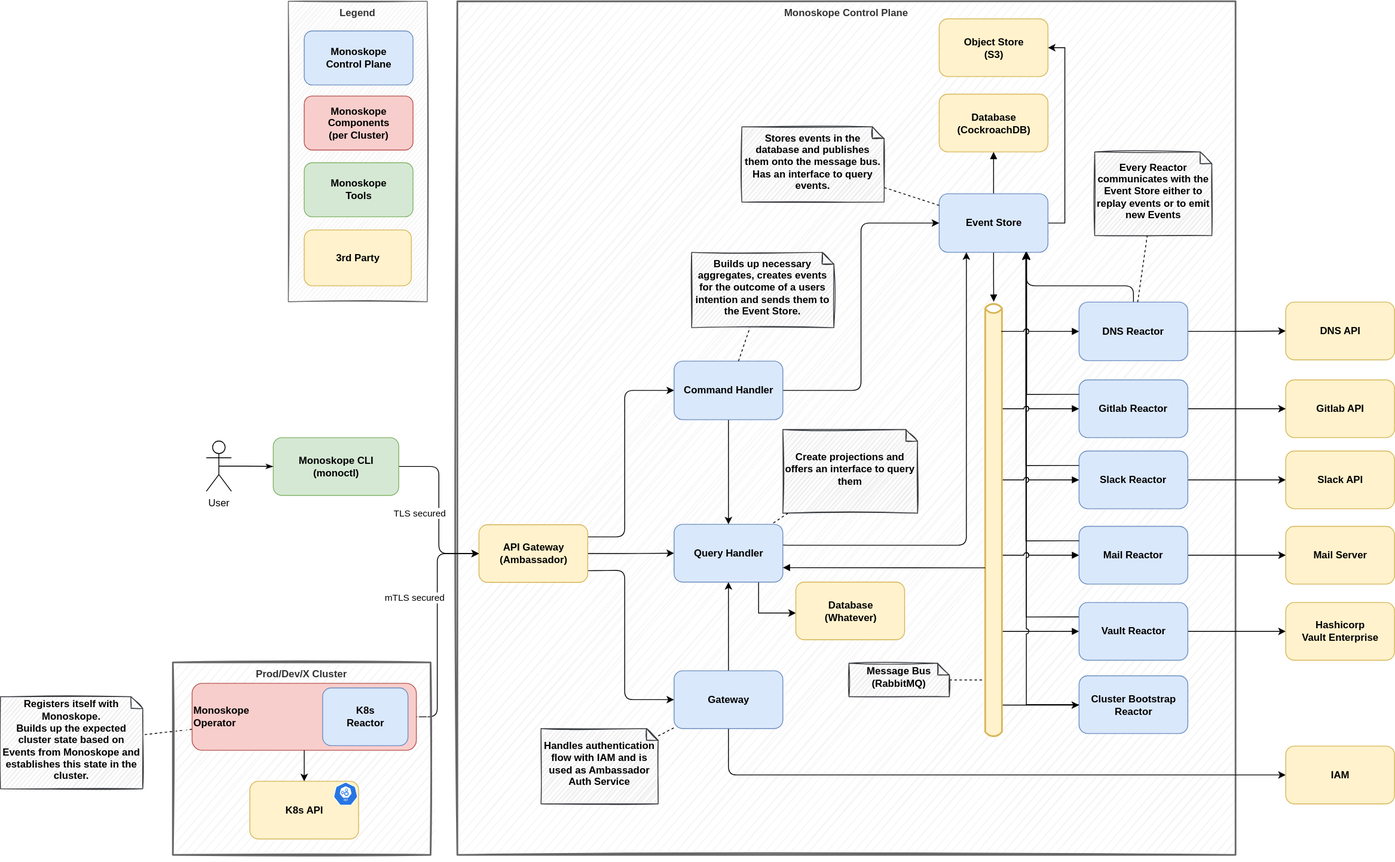
This is docs/diagrams/00-monoskope-architecture.drawio.svg from finleap-connect/monoskope, a draw.io export, as it was before one commit. Source tidied: cells renumbered, new cells last; positions are measured from the earlier drawing's top-left corner, leaving out a move shared by most shapes.
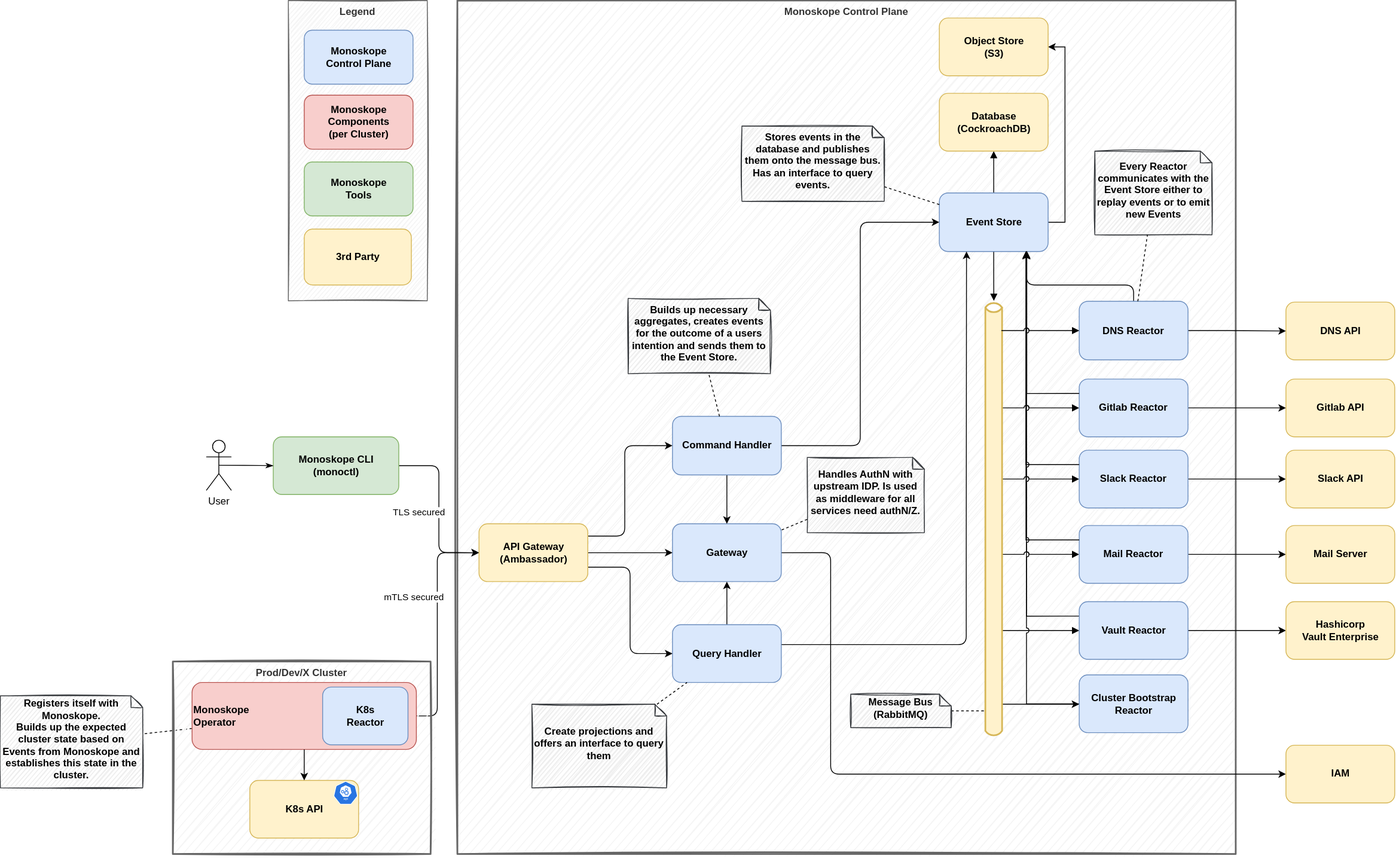
After the change.

Commit message:
Remove unused and add diagram

Change to the diagram source:
```diff
@@ -11,18 +11,16 @@
     <mxCell id="4" value="&lt;div&gt;Monoskope CLI&lt;/div&gt;&lt;div&gt;(monoctl)&lt;br&gt;&lt;/div&gt;" style="html=1;align=center;fillColor=#d5e8d4;strokeColor=#82b366;fontStyle=1;rounded=1;" parent="1" vertex="1">
       <mxGeometry x="326" y="521.4" width="150" height="69" as="geometry" />
     </mxCell>
-    <mxCell id="5" style="edgeStyle=orthogonalEdgeStyle;jettySize=auto;html=1;exitX=0.5;exitY=1;exitDx=0;exitDy=0;entryX=0;entryY=0.5;entryDx=0;entryDy=0;" parent="1" edge="1" source="7" target="30">
+    <mxCell id="5" style="edgeStyle=orthogonalEdgeStyle;jettySize=auto;html=1;exitX=1;exitY=0.5;exitDx=0;exitDy=0;entryX=0;entryY=0.5;entryDx=0;entryDy=0;" parent="1" edge="1" source="7" target="30">
       <mxGeometry relative="1" as="geometry">
         <Array as="points">
-          <mxPoint x="870" y="925" />
+          <mxPoint x="992" y="660" />
+          <mxPoint x="992" y="924" />
         </Array>
       </mxGeometry>
     </mxCell>
-    <mxCell id="6" style="edgeStyle=orthogonalEdgeStyle;rounded=0;jettySize=auto;html=1;entryX=0.5;entryY=1;entryDx=0;entryDy=0;" parent="1" edge="1" source="7" target="51">
-      <mxGeometry relative="1" as="geometry" />
-    </mxCell>
     <mxCell id="7" value="&lt;div&gt;Gateway&lt;/div&gt;" style="html=1;align=center;fillColor=#dae8fc;strokeColor=#6c8ebf;fontStyle=1;rounded=1;" parent="1" vertex="1">
-      <mxGeometry x="805" y="800" width="130" height="69" as="geometry" />
+      <mxGeometry x="803" y="625.4" width="130" height="69" as="geometry" />
     </mxCell>
     <mxCell id="8" style="edgeStyle=none;jettySize=auto;html=1;startArrow=none;startFill=0;endArrow=block;endFill=1;" parent="1" edge="1" source="12" target="52">
       <mxGeometry relative="1" as="geometry" />
@@ -94,7 +92,7 @@
       <mxGeometry relative="1" as="geometry" />
     </mxCell>
     <mxCell id="25" value="Message Bus&lt;br&gt;&lt;div&gt;(RabbitMQ)&lt;/div&gt;" style="shape=note;whiteSpace=wrap;html=1;size=14;verticalAlign=middle;align=center;spacingTop=-6;rounded=1;fillColor=#eeeeee;strokeColor=#36393d;fontStyle=1;sketch=1;" parent="1" vertex="1">
-      <mxGeometry x="1014" y="791" width="120" height="40" as="geometry" />
+      <mxGeometry x="1016" y="829" width="120" height="40" as="geometry" />
     </mxCell>
     <mxCell id="26" value="Gitlab API" style="html=1;align=center;fillColor=#fff2cc;strokeColor=#d6b656;fontStyle=1;rounded=1;" parent="1" vertex="1">
       <mxGeometry x="1536" y="452.4" width="130" height="69" as="geometry" />
@@ -147,13 +145,13 @@
       <mxGeometry x="926" y="611.7" width="521.7" height="16.5" as="geometry" />
     </mxCell>
     <mxCell id="41" value="DNS API" style="html=1;align=center;fillColor=#fff2cc;strokeColor=#d6b656;fontStyle=1;rounded=1;" parent="1" vertex="1">
-      <mxGeometry x="1536" y="359.5" width="130" height="69" as="geometry" />
+      <mxGeometry x="1536" y="360.5" width="130" height="69" as="geometry" />
     </mxCell>
     <mxCell id="42" style="edgeStyle=orthogonalEdgeStyle;jettySize=auto;html=1;entryX=0;entryY=0.5;entryDx=0;entryDy=0;startArrow=none;startFill=0;endArrow=classic;endFill=1;exitX=1;exitY=0.5;exitDx=0;exitDy=0;" parent="1" edge="1" source="46" target="41">
       <mxGeometry relative="1" as="geometry" />
     </mxCell>
-    <mxCell id="43" value="Handles authentication flow with IAM and is used as Ambassador Auth Service" style="shape=note;whiteSpace=wrap;html=1;size=14;verticalAlign=middle;align=center;spacingTop=-6;rounded=1;fontStyle=1;fillColor=#eeeeee;strokeColor=#36393d;sketch=1;" parent="1" vertex="1">
-      <mxGeometry x="646" y="869" width="140" height="90" as="geometry" />
+    <mxCell id="43" value="Handles AuthN with upstream IDP. Is used as middleware for all services need authN/Z." style="shape=note;whiteSpace=wrap;html=1;size=14;verticalAlign=middle;align=center;spacingTop=-6;rounded=1;fontStyle=1;fillColor=#eeeeee;strokeColor=#36393d;sketch=1;" parent="1" vertex="1">
+      <mxGeometry x="964" y="546" width="140" height="90" as="geometry" />
     </mxCell>
     <mxCell id="44" style="jettySize=auto;html=1;endArrow=none;endFill=0;dashed=1;" parent="1" edge="1" source="43" target="7">
       <mxGeometry relative="1" as="geometry" />
@@ -178,41 +176,37 @@
     <mxCell id="49" style="edgeStyle=orthogonalEdgeStyle;jettySize=auto;html=1;exitX=0.994;exitY=0.345;exitDx=0;exitDy=0;entryX=0.25;entryY=1;entryDx=0;entryDy=0;exitPerimeter=0;" parent="1" edge="1" source="51" target="12">
       <mxGeometry relative="1" as="geometry">
         <Array as="points">
-          <mxPoint x="934" y="650" />
+          <mxPoint x="1154" y="770" />
           <mxPoint x="1154" y="650" />
         </Array>
       </mxGeometry>
     </mxCell>
-    <mxCell id="50" style="edgeStyle=orthogonalEdgeStyle;rounded=0;jettySize=auto;html=1;" parent="1" edge="1" source="51" target="96">
-      <mxGeometry relative="1" as="geometry">
-        <Array as="points">
-          <mxPoint x="906" y="731" />
-        </Array>
-      </mxGeometry>
-    </mxCell>
+    <mxCell id="97" style="edgeStyle=orthogonalEdgeStyle;rounded=0;jettySize=auto;html=1;" parent="1" edge="1" source="51" target="7">
+      <mxGeometry relative="1" as="geometry" />
+    </mxCell>
     <mxCell id="51" value="Query Handler" style="html=1;align=center;fillColor=#dae8fc;strokeColor=#6c8ebf;fontStyle=1;rounded=1;" parent="1" vertex="1">
-      <mxGeometry x="805" y="625" width="130" height="69" as="geometry" />
+      <mxGeometry x="803" y="746" width="130" height="69" as="geometry" />
     </mxCell>
     <mxCell id="52" value="Database&lt;br&gt;(CockroachDB)" style="html=1;align=center;fillColor=#fff2cc;strokeColor=#d6b656;fontStyle=1;rounded=1;" parent="1" vertex="1">
       <mxGeometry x="1121.8" y="111" width="130" height="69" as="geometry" />
     </mxCell>
     <mxCell id="53" value="Create projections and offers an interface to query them" style="shape=note;whiteSpace=wrap;html=1;size=14;verticalAlign=middle;align=center;spacingTop=-6;rounded=1;fillColor=#eeeeee;strokeColor=#36393d;fontStyle=1;sketch=1;" parent="1" vertex="1">
-      <mxGeometry x="935" y="511.7" width="161" height="100" as="geometry" />
+      <mxGeometry x="635" y="841" width="161" height="100" as="geometry" />
     </mxCell>
     <mxCell id="54" style="jettySize=auto;html=1;endArrow=none;endFill=0;dashed=1;" parent="1" edge="1" source="53" target="51">
       <mxGeometry relative="1" as="geometry" />
     </mxCell>
-    <mxCell id="55" style="edgeStyle=orthogonalEdgeStyle;jettySize=auto;html=1;entryX=0.5;entryY=0;entryDx=0;entryDy=0;" parent="1" edge="1" source="57" target="51">
-      <mxGeometry relative="1" as="geometry" />
-    </mxCell>
     <mxCell id="56" style="edgeStyle=orthogonalEdgeStyle;jettySize=auto;html=1;entryX=0;entryY=0.5;entryDx=0;entryDy=0;" parent="1" edge="1" source="57" target="12">
       <mxGeometry relative="1" as="geometry" />
     </mxCell>
+    <mxCell id="98" style="edgeStyle=orthogonalEdgeStyle;rounded=0;jettySize=auto;html=1;" parent="1" edge="1" source="57" target="7">
+      <mxGeometry relative="1" as="geometry" />
+    </mxCell>
     <mxCell id="57" value="Command Handler" style="html=1;align=center;fillColor=#dae8fc;strokeColor=#6c8ebf;fontStyle=1;rounded=1;" parent="1" vertex="1">
-      <mxGeometry x="805" y="430" width="130" height="70" as="geometry" />
+      <mxGeometry x="803" y="497" width="130" height="70" as="geometry" />
     </mxCell>
     <mxCell id="58" value="Builds up necessary aggregates, creates events for the outcome of a users intention and sends them to the Event Store." style="shape=note;whiteSpace=wrap;html=1;size=14;verticalAlign=middle;align=center;spacingTop=-6;rounded=1;fillColor=#eeeeee;strokeColor=#36393d;fontStyle=1;sketch=1;" parent="1" vertex="1">
-      <mxGeometry x="826" y="300" width="170" height="90" as="geometry" />
+      <mxGeometry x="750" y="356" width="170" height="90" as="geometry" />
     </mxCell>
     <mxCell id="59" style="jettySize=auto;html=1;endArrow=none;endFill=0;dashed=1;" parent="1" edge="1" source="57" target="58">
       <mxGeometry relative="1" as="geometry" />
@@ -227,32 +221,19 @@
       <mxGeometry relative="1" as="geometry">
         <Array as="points">
           <mxPoint x="746" y="640" />
-          <mxPoint x="746" y="465" />
+          <mxPoint x="746" y="532" />
         </Array>
       </mxGeometry>
     </mxCell>
+    <mxCell id="64" style="edgeStyle=orthogonalEdgeStyle;jettySize=auto;html=1;entryX=0;entryY=0.5;entryDx=0;entryDy=0;exitX=1;exitY=0.75;exitDx=0;exitDy=0;" parent="1" edge="1" source="65" target="51">
+      <mxGeometry relative="1" as="geometry" />
+    </mxCell>
-    <mxCell id="63" style="edgeStyle=orthogonalEdgeStyle;jettySize=auto;html=1;exitX=0.991;exitY=0.797;exitDx=0;exitDy=0;exitPerimeter=0;" parent="1" edge="1" source="65" target="7">
-      <mxGeometry relative="1" as="geometry">
-        <Array as="points">
-          <mxPoint x="702" y="680" />
-          <mxPoint x="746" y="680" />
-          <mxPoint x="746" y="835" />
-        </Array>
-      </mxGeometry>
+    <mxCell id="63" style="edgeStyle=orthogonalEdgeStyle;rounded=0;jettySize=auto;html=1;exitX=1;exitY=0.5;exitDx=0;exitDy=0;" parent="1" edge="1" source="65" target="7">
+      <mxGeometry relative="1" as="geometry" />
     </mxCell>
-    <mxCell id="64" style="edgeStyle=orthogonalEdgeStyle;jettySize=auto;html=1;entryX=0;entryY=0.5;entryDx=0;entryDy=0;" parent="1" edge="1" source="65" target="51">
-      <mxGeometry relative="1" as="geometry" />
-    </mxCell>
     <mxCell id="65" value="&lt;div&gt;API Gateway&lt;/div&gt;&lt;div&gt;(Ambassador)&lt;/div&gt;" style="html=1;align=center;fillColor=#fff2cc;strokeColor=#d6b656;fontStyle=1;rounded=1;" parent="1" vertex="1">
       <mxGeometry x="571.8" y="625.4" width="130" height="69" as="geometry" />
     </mxCell>
-    <mxCell id="66" style="jettySize=auto;html=1;startArrow=block;startFill=1;endArrow=none;endFill=0;exitX=1;exitY=0.75;exitDx=0;exitDy=0;jumpStyle=arc;" parent="1" edge="1" source="51" target="40">
-      <mxGeometry relative="1" as="geometry">
-        <Array as="points">
-          <mxPoint x="1056" y="677" />
-        </Array>
-      </mxGeometry>
-    </mxCell>
     <mxCell id="67" value="&lt;div&gt;Registers itself with Monoskope.&lt;/div&gt;&lt;div&gt;Builds up the expected cluster state based on Events from Monoskope and establishes this state in the cluster.&lt;br&gt;&lt;/div&gt;" style="shape=note;whiteSpace=wrap;html=1;size=14;verticalAlign=middle;align=center;spacingTop=-6;rounded=1;fontStyle=1;labelBorderColor=none;labelBackgroundColor=none;fillColor=#eeeeee;strokeColor=#36393d;sketch=1;" parent="1" vertex="1">
       <mxGeometry y="831" width="170" height="110" as="geometry" />
     </mxCell>
@@ -347,8 +328,5 @@
     <mxCell id="95" style="edgeStyle=orthogonalEdgeStyle;jettySize=auto;html=1;" parent="87" edge="1" source="93" target="90">
       <mxGeometry relative="1" as="geometry" />
     </mxCell>
-    <mxCell id="96" value="Database&lt;br&gt;(Whatever)" style="html=1;align=center;fillColor=#fff2cc;strokeColor=#d6b656;fontStyle=1;rounded=1;" parent="1" vertex="1">
-      <mxGeometry x="950.5" y="694" width="130" height="69" as="geometry" />
-    </mxCell>
   </root>
 </mxGraphModel>
```
